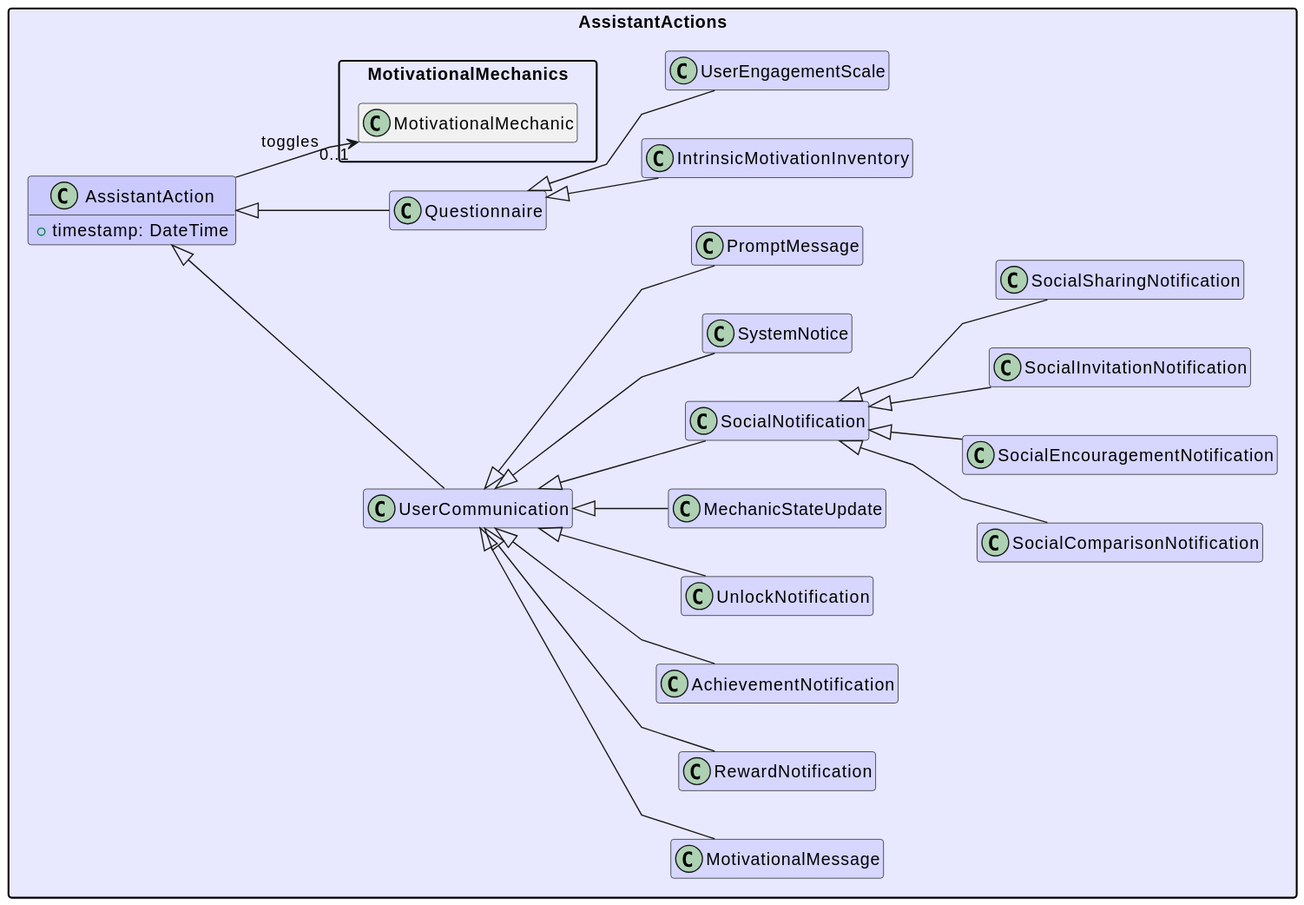
The PlantUML diagram out/UML/assistantActions/assistantActions.svg in Maks-stack/ontology, before a commit.
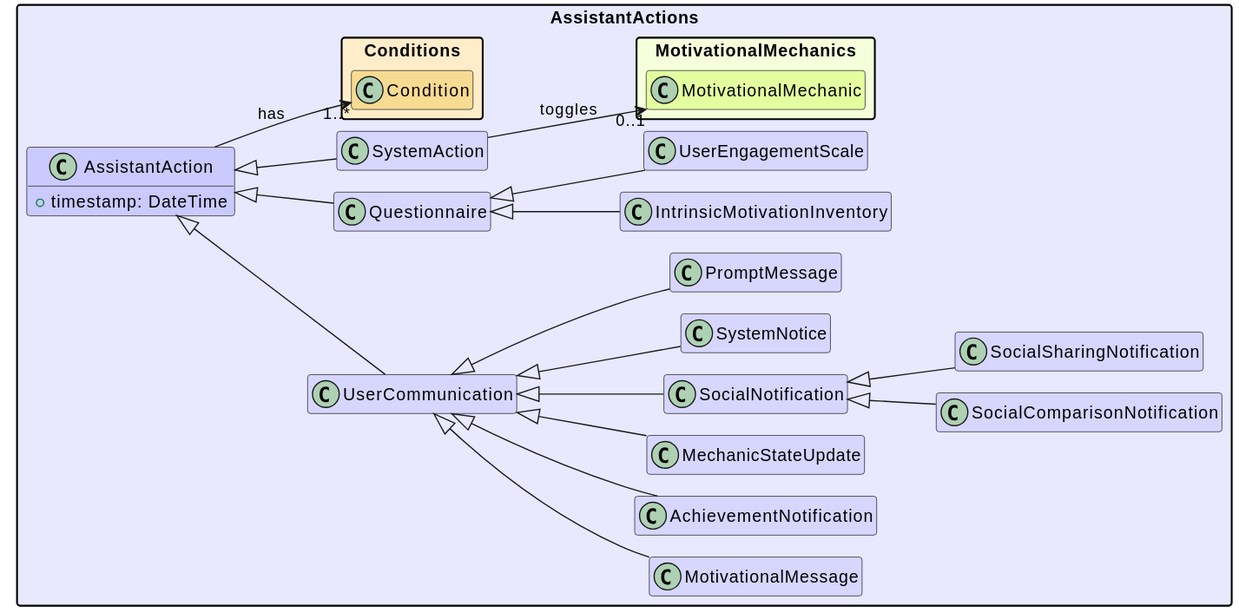
Above is the later version.

Change to the diagram source:
```diff
@@ -1,5 +1,6 @@
 @startuml
 skinparam linetype polyline
+!pragma layout smetana
 hide empty methods
 hide empty attributes
 hide empty members
@@ -19,16 +20,13 @@
 
   class UserCommunication actionsLight extends AssistantAction
   class MotivationalMessage actionsLight extends UserCommunication
-  class RewardNotification actionsLight extends UserCommunication
   class AchievementNotification actionsLight extends UserCommunication
-  class UnlockNotification actionsLight extends UserCommunication
 
   class MechanicStateUpdate actionsLight extends UserCommunication
 
   class SocialNotification actionsLight extends UserCommunication
   class SocialComparisonNotification actionsLight extends SocialNotification
-  class SocialEncouragementNotification actionsLight extends SocialNotification
-  class SocialInvitationNotification actionsLight extends SocialNotification
+
   class SocialSharingNotification actionsLight extends SocialNotification
 
   class Questionnaire actionsLight extends AssistantAction
@@ -37,8 +35,17 @@
   class SystemNotice actionsLight extends UserCommunication
   class PromptMessage actionsLight extends UserCommunication
 
+  class SystemAction actionsLight extends AssistantAction
+
   !if ($renderMode != "master")
-  AssistantActions.AssistantAction --> "0..1" MotivationalMechanics.MotivationalMechanic : toggles
+  package MotivationalMechanics #f5ffdbff {
+    class MotivationalMechanic #e4ffa0ff
+  }
+  package Conditions #ffedcaff {
+    class Condition #f8db92ff
+  }
+  AssistantActions.SystemAction --> "0..1" MotivationalMechanics.MotivationalMechanic : toggles
+  AssistantActions.AssistantAction --> "1..*" Conditions.Condition : has
   !endif
 }
 @enduml
```
